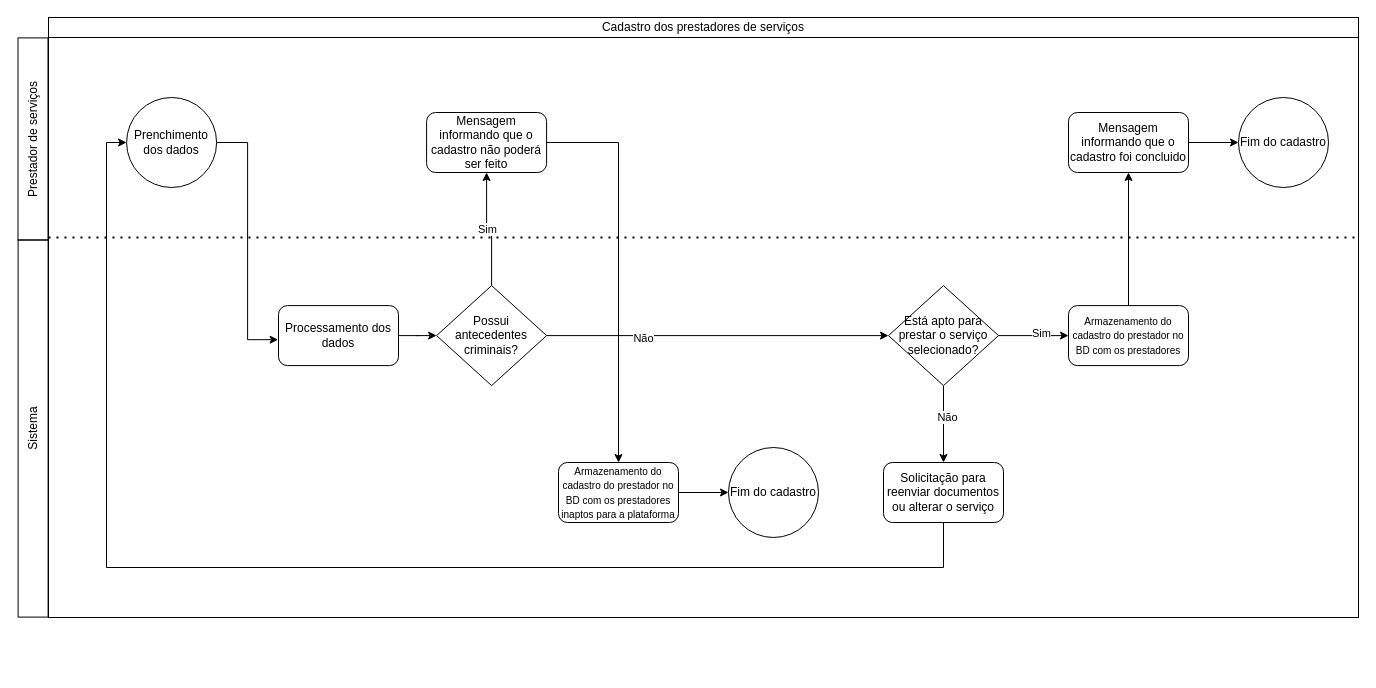
Above: Diagrama de cadastro dos pretadores.drawio in HG0304/CC5511-SIRIUS (draw.io), before the change. Source tidied: cells renumbered, new cells numbered last; positions are measured from the earlier drawing's top-left corner, leaving out a move shared by most shapes. Both pictures are drawn from the tidied source at 100%, with x=0, y=0 at pixel (-156, 17).
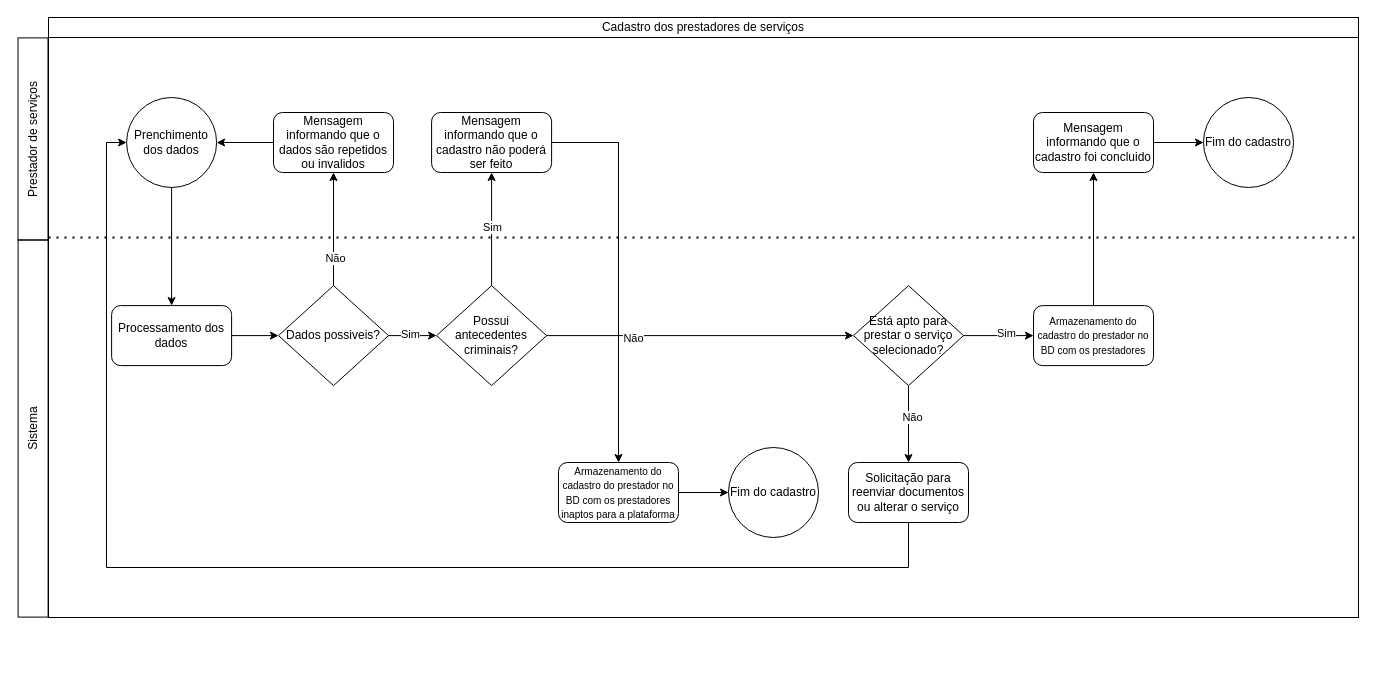
The same page after the edit.

Commit message:
Correção no diagrama

The change refers to these unchanged cells:
```xml
<mxCell id="4" value="Prenchimento dos dados" style="ellipse;whiteSpace=wrap;html=1;fillColor=none;" parent="1" vertex="1">
  <mxGeometry x="282.1" y="80" width="90" height="90" as="geometry" />
</mxCell>
<mxCell id="14" value="Possui antecedentes criminais?" style="rhombus;whiteSpace=wrap;html=1;fillColor=none;" parent="1" vertex="1">
  <mxGeometry x="592.1" y="268.1" width="110" height="100" as="geometry" />
</mxCell>
```

The edit, as a diff of the source:
```diff
@@
-    <mxCell id="8" style="edgeStyle=orthogonalEdgeStyle;rounded=0;jettySize=auto;html=1;" parent="1" edge="1" source="9" target="14">
-      <mxGeometry relative="1" as="geometry" />
-    </mxCell>
+    <mxCell id="34" style="edgeStyle=orthogonalEdgeStyle;rounded=0;jettySize=auto;html=1;" parent="1" edge="1" source="9" target="39">
+      <mxGeometry relative="1" as="geometry" />
+    </mxCell>
     <mxCell id="9" value="Processamento dos dados" style="rounded=1;whiteSpace=wrap;html=1;fillColor=none;" parent="1" vertex="1">
-      <mxGeometry x="434" y="288.1" width="120" height="60" as="geometry" />
+      <mxGeometry x="267.1" y="288.1" width="120" height="60" as="geometry" />
     </mxCell>
@@
     <mxCell id="16" value="Mensagem informando que o cadastro não poderá ser feito" style="rounded=1;whiteSpace=wrap;html=1;fillColor=none;" parent="1" vertex="1">
-      <mxGeometry x="582.1" y="95" width="120" height="60" as="geometry" />
+      <mxGeometry x="587.1" y="95" width="120" height="60" as="geometry" />
     </mxCell>
@@
     <mxCell id="22" style="edgeStyle=orthogonalEdgeStyle;rounded=0;jettySize=auto;html=1;" parent="1" edge="1" source="24">
       <mxGeometry relative="1" as="geometry">
-        <mxPoint x="1224" y="318.1" as="targetPoint" />
+        <mxPoint x="1189" y="318.1" as="targetPoint" />
       </mxGeometry>
     </mxCell>
@@
     <mxCell id="24" value="Está apto para prestar o serviço selecionado?" style="rhombus;whiteSpace=wrap;html=1;fillColor=none;" parent="1" vertex="1">
-      <mxGeometry x="1044" y="268.1" width="110" height="100" as="geometry" />
+      <mxGeometry x="1009" y="268.1" width="110" height="100" as="geometry" />
     </mxCell>
     <mxCell id="25" style="edgeStyle=orthogonalEdgeStyle;rounded=0;jettySize=auto;html=1;exitX=0.5;exitY=1;exitDx=0;exitDy=0;entryX=0;entryY=0.5;entryDx=0;entryDy=0;" parent="1" edge="1" source="26" target="4">
       <mxGeometry relative="1" as="geometry">
         <Array as="points">
-          <mxPoint x="1099" y="550" />
+          <mxPoint x="1064" y="550" />
           <mxPoint x="262" y="550" />
           <mxPoint x="262" y="125" />
         </Array>
       </mxGeometry>
     </mxCell>
     <mxCell id="26" value="Solicitação para reenviar documentos ou alterar o serviço" style="rounded=1;whiteSpace=wrap;html=1;fillColor=none;" parent="1" vertex="1">
-      <mxGeometry x="1039" y="445" width="120" height="60" as="geometry" />
+      <mxGeometry x="1004" y="445" width="120" height="60" as="geometry" />
     </mxCell>
@@
     <mxCell id="28" value="&lt;font style=&quot;font-size: 10px;&quot;&gt;Armazenamento do cadastro do prestador no BD com os prestadores&lt;/font&gt;" style="rounded=1;whiteSpace=wrap;html=1;fillColor=none;" parent="1" vertex="1">
-      <mxGeometry x="1224" y="288.1" width="120" height="60" as="geometry" />
+      <mxGeometry x="1189" y="288.1" width="120" height="60" as="geometry" />
     </mxCell>
@@
     <mxCell id="30" value="Mensagem informando que o cadastro foi concluido" style="rounded=1;whiteSpace=wrap;html=1;fillColor=none;" parent="1" vertex="1">
-      <mxGeometry x="1224" y="95" width="120" height="60" as="geometry" />
+      <mxGeometry x="1189" y="95" width="120" height="60" as="geometry" />
     </mxCell>
@@
-    <mxCell id="32" style="edgeStyle=orthogonalEdgeStyle;rounded=0;jettySize=auto;html=1;exitX=1;exitY=0.5;exitDx=0;exitDy=0;entryX=-0.003;entryY=0.568;entryDx=0;entryDy=0;entryPerimeter=0;" parent="1" edge="1" source="4" target="9">
+    <mxCell id="32" style="edgeStyle=orthogonalEdgeStyle;rounded=0;jettySize=auto;html=1;exitX=0.5;exitY=1;exitDx=0;exitDy=0;entryX=0.5;entryY=0;entryDx=0;entryDy=0;" parent="1" edge="1" source="4" target="9">
       <mxGeometry relative="1" as="geometry" />
     </mxCell>
     <mxCell id="33" value="Fim do cadastro" style="ellipse;whiteSpace=wrap;html=1;fillColor=none;" parent="1" vertex="1">
-      <mxGeometry x="1394" y="80" width="90" height="90" as="geometry" />
+      <mxGeometry x="1359" y="80" width="90" height="90" as="geometry" />
     </mxCell>
+    <mxCell id="35" style="edgeStyle=orthogonalEdgeStyle;rounded=0;jettySize=auto;html=1;exitX=0.5;exitY=0;exitDx=0;exitDy=0;entryX=0.5;entryY=1;entryDx=0;entryDy=0;" parent="1" edge="1" source="39" target="41">
+      <mxGeometry relative="1" as="geometry" />
+    </mxCell>
+    <mxCell id="36" value="Não" style="edgeLabel;html=1;align=center;verticalAlign=middle;" parent="35" vertex="1">
+      <mxGeometry x="-0.51" y="-1" relative="1" as="geometry" />
+    </mxCell>
+    <mxCell id="37" style="edgeStyle=orthogonalEdgeStyle;rounded=0;jettySize=auto;html=1;" parent="1" edge="1" source="39" target="14">
+      <mxGeometry relative="1" as="geometry" />
+    </mxCell>
+    <mxCell id="38" value="Sim" style="edgeLabel;html=1;align=center;verticalAlign=middle;" parent="37" vertex="1">
+      <mxGeometry x="-0.14" y="2" relative="1" as="geometry" />
+    </mxCell>
+    <mxCell id="39" value="Dados possiveis?" style="rhombus;whiteSpace=wrap;html=1;fillColor=none;" parent="1" vertex="1">
+      <mxGeometry x="434" y="268.1" width="110" height="100" as="geometry" />
+    </mxCell>
+    <mxCell id="40" style="edgeStyle=orthogonalEdgeStyle;rounded=0;jettySize=auto;html=1;" parent="1" edge="1" source="41" target="4">
+      <mxGeometry relative="1" as="geometry" />
+    </mxCell>
+    <mxCell id="41" value="Mensagem informando que o dados são repetidos ou invalidos" style="rounded=1;whiteSpace=wrap;html=1;fillColor=none;" parent="1" vertex="1">
+      <mxGeometry x="429" y="95" width="120" height="60" as="geometry" />
+    </mxCell>
```
